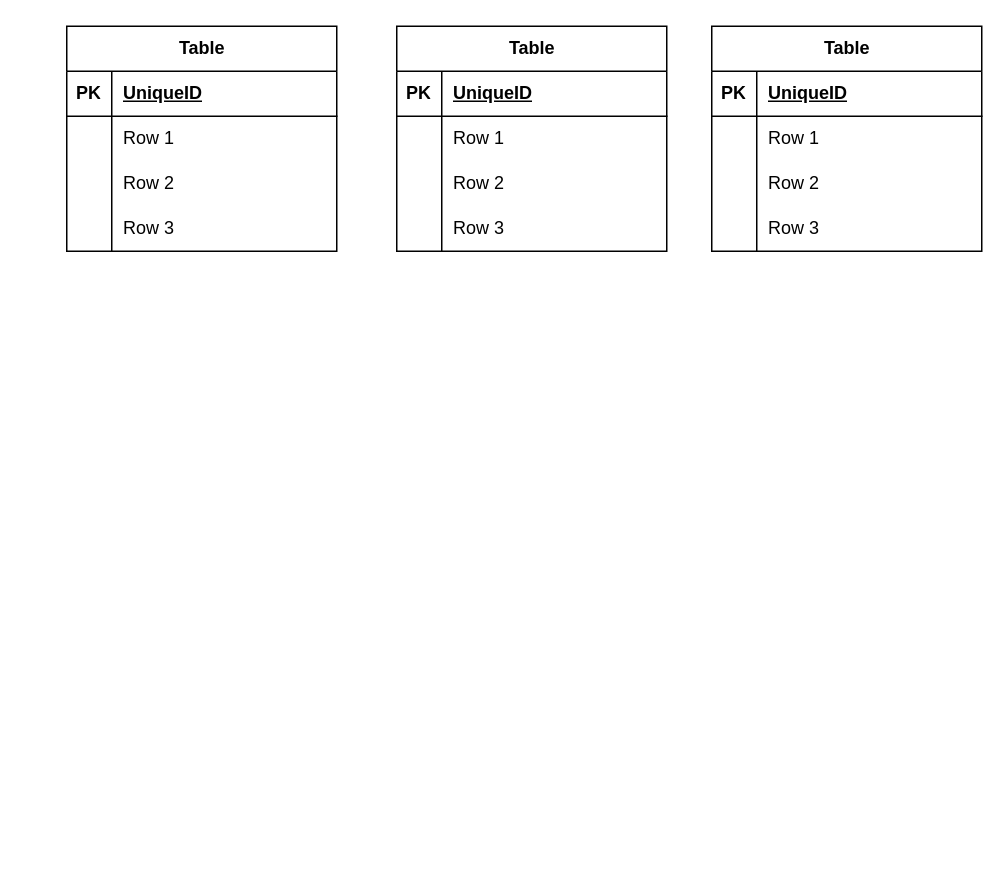
Above: workshop.drawio in JSMONTOYAS/diagramas- (draw.io), before the change. Source tidied: cells renumbered, new cells numbered last; positions are measured from the earlier drawing's top-left corner, leaving out a move shared by most shapes. Both pictures are drawn from the tidied source at 150%, with x=0, y=0 at pixel (66, 26).
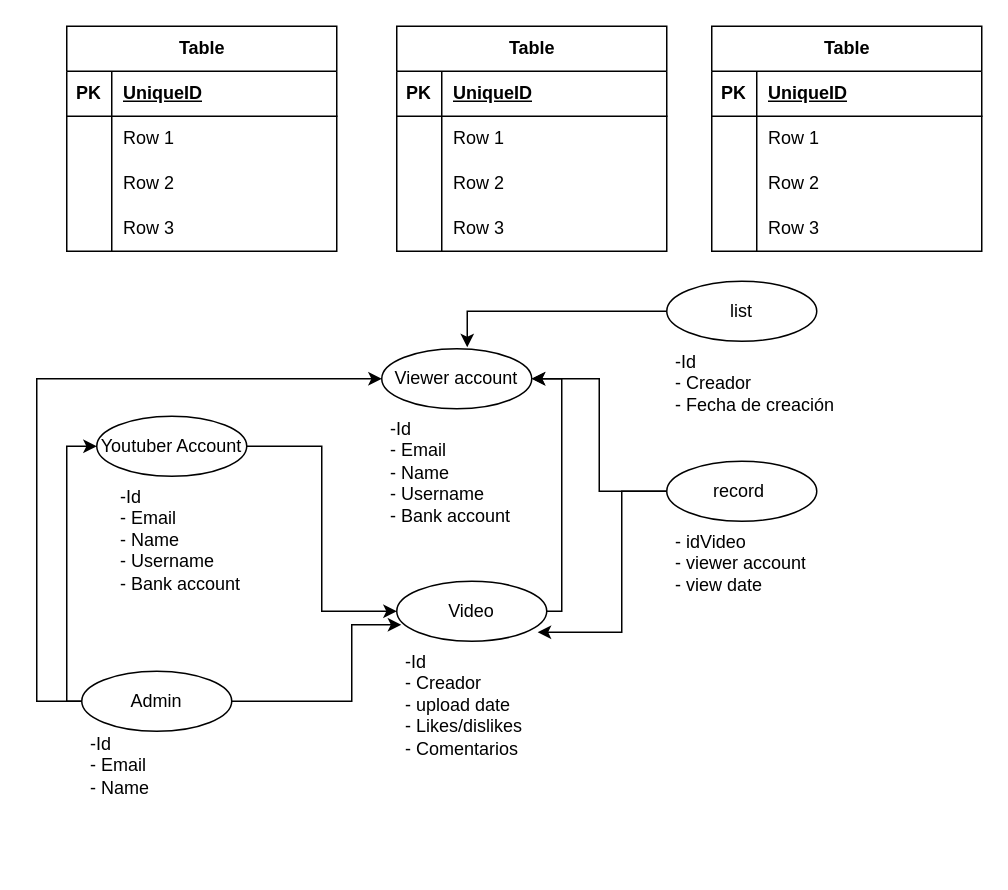
Above is the later version.

What changed in the source:
```diff
@@
+    <mxCell id="41" style="edgeStyle=orthogonalEdgeStyle;rounded=0;jettySize=auto;html=1;entryX=0;entryY=0.5;entryDx=0;entryDy=0;" parent="1" edge="1" source="42" target="52">
+      <mxGeometry relative="1" as="geometry" />
+    </mxCell>
+    <mxCell id="42" value="Youtuber Account" style="ellipse;whiteSpace=wrap;html=1;align=center;" parent="1" vertex="1">
+      <mxGeometry x="20" y="260" width="100" height="40" as="geometry" />
+    </mxCell>
+    <mxCell id="43" value="-Id&lt;br&gt;- Email&lt;br&gt;- Name&lt;br&gt;- Username&amp;nbsp;&lt;br&gt;- Bank account&amp;nbsp;" style="text;strokeColor=none;fillColor=none;spacingLeft=4;spacingRight=4;overflow=hidden;fontSize=12;whiteSpace=wrap;html=1;" parent="1" vertex="1">
+      <mxGeometry x="30" y="300" width="120" height="130" as="geometry" />
+    </mxCell>
+    <mxCell id="44" value="Viewer account" style="ellipse;whiteSpace=wrap;html=1;align=center;" parent="1" vertex="1">
+      <mxGeometry x="210" y="215" width="100" height="40" as="geometry" />
+    </mxCell>
+    <mxCell id="45" value="-Id&lt;br&gt;- Email&lt;br&gt;- Name&lt;br&gt;- Username&amp;nbsp;&lt;br&gt;- Bank account&amp;nbsp;" style="text;strokeColor=none;fillColor=none;spacingLeft=4;spacingRight=4;overflow=hidden;fontSize=12;whiteSpace=wrap;html=1;" parent="1" vertex="1">
+      <mxGeometry x="210" y="255" width="120" height="90" as="geometry" />
+    </mxCell>
+    <mxCell id="46" style="edgeStyle=orthogonalEdgeStyle;rounded=0;jettySize=auto;html=1;entryX=0.03;entryY=0.725;entryDx=0;entryDy=0;entryPerimeter=0;" parent="1" edge="1" source="49" target="52">
+      <mxGeometry relative="1" as="geometry">
+        <Array as="points">
+          <mxPoint x="190" y="450" />
+          <mxPoint x="190" y="399" />
+        </Array>
+      </mxGeometry>
+    </mxCell>
+    <mxCell id="47" style="edgeStyle=orthogonalEdgeStyle;rounded=0;jettySize=auto;html=1;entryX=0;entryY=0.5;entryDx=0;entryDy=0;" parent="1" edge="1" source="49" target="42">
+      <mxGeometry relative="1" as="geometry">
+        <Array as="points">
+          <mxPoint y="450" />
+          <mxPoint y="280" />
+        </Array>
+      </mxGeometry>
+    </mxCell>
+    <mxCell id="48" style="edgeStyle=orthogonalEdgeStyle;rounded=0;jettySize=auto;html=1;entryX=0;entryY=0.5;entryDx=0;entryDy=0;" parent="1" edge="1" source="49" target="44">
+      <mxGeometry relative="1" as="geometry">
+        <Array as="points">
+          <mxPoint x="-20" y="450" />
+          <mxPoint x="-20" y="235" />
+        </Array>
+      </mxGeometry>
+    </mxCell>
+    <mxCell id="49" value="Admin" style="ellipse;whiteSpace=wrap;html=1;align=center;" parent="1" vertex="1">
+      <mxGeometry x="10" y="430" width="100" height="40" as="geometry" />
+    </mxCell>
+    <mxCell id="50" value="-Id&lt;br&gt;- Email&lt;br&gt;- Name" style="text;strokeColor=none;fillColor=none;spacingLeft=4;spacingRight=4;overflow=hidden;fontSize=12;whiteSpace=wrap;html=1;" parent="1" vertex="1">
+      <mxGeometry x="10" y="465" width="120" height="90" as="geometry" />
+    </mxCell>
+    <mxCell id="51" style="edgeStyle=orthogonalEdgeStyle;rounded=0;jettySize=auto;html=1;entryX=1;entryY=0.5;entryDx=0;entryDy=0;" parent="1" edge="1" source="52" target="44">
+      <mxGeometry relative="1" as="geometry">
+        <Array as="points">
+          <mxPoint x="330" y="390" />
+          <mxPoint x="330" y="235" />
+        </Array>
+      </mxGeometry>
+    </mxCell>
+    <mxCell id="52" value="Video" style="ellipse;whiteSpace=wrap;html=1;align=center;" parent="1" vertex="1">
+      <mxGeometry x="220" y="370" width="100" height="40" as="geometry" />
+    </mxCell>
+    <mxCell id="53" value="-Id&lt;br&gt;- Creador&amp;nbsp;&lt;br&gt;- upload date&lt;div&gt;- Likes/dislikes&lt;/div&gt;&lt;div&gt;- Comentarios&lt;/div&gt;" style="text;strokeColor=none;fillColor=none;spacingLeft=4;spacingRight=4;overflow=hidden;points=[[0,0.5],[1,0.5]];portConstraint=eastwest;fontSize=12;whiteSpace=wrap;html=1;" parent="1" vertex="1">
+      <mxGeometry x="220" y="410" width="120" height="90" as="geometry" />
+    </mxCell>
+    <mxCell id="54" value="list" style="ellipse;whiteSpace=wrap;html=1;align=center;" parent="1" vertex="1">
+      <mxGeometry x="400" y="170" width="100" height="40" as="geometry" />
+    </mxCell>
+    <mxCell id="55" value="-Id&lt;br&gt;- Creador&amp;nbsp;&lt;br&gt;- Fecha de creación" style="text;strokeColor=none;fillColor=none;spacingLeft=4;spacingRight=4;overflow=hidden;fontSize=12;whiteSpace=wrap;html=1;" parent="1" vertex="1">
+      <mxGeometry x="400" y="210" width="120" height="90" as="geometry" />
+    </mxCell>
+    <mxCell id="56" style="edgeStyle=orthogonalEdgeStyle;rounded=0;jettySize=auto;html=1;entryX=0.57;entryY=-0.025;entryDx=0;entryDy=0;entryPerimeter=0;" parent="1" edge="1" source="54" target="44">
+      <mxGeometry relative="1" as="geometry" />
+    </mxCell>
+    <mxCell id="57" value="- idVideo&lt;div&gt;- viewer account&lt;/div&gt;&lt;div&gt;- view date&lt;/div&gt;" style="text;strokeColor=none;fillColor=none;spacingLeft=4;spacingRight=4;overflow=hidden;fontSize=12;whiteSpace=wrap;html=1;" parent="1" vertex="1">
+      <mxGeometry x="400" y="330" width="120" height="90" as="geometry" />
+    </mxCell>
+    <mxCell id="58" style="edgeStyle=orthogonalEdgeStyle;rounded=0;jettySize=auto;html=1;entryX=1;entryY=0.5;entryDx=0;entryDy=0;" parent="1" edge="1" source="59" target="44">
+      <mxGeometry relative="1" as="geometry" />
+    </mxCell>
+    <mxCell id="59" value="record&amp;nbsp;" style="ellipse;whiteSpace=wrap;html=1;align=center;" parent="1" vertex="1">
+      <mxGeometry x="400" y="290" width="100" height="40" as="geometry" />
+    </mxCell>
+    <mxCell id="60" style="edgeStyle=orthogonalEdgeStyle;rounded=0;jettySize=auto;html=1;entryX=0.783;entryY=-0.067;entryDx=0;entryDy=0;entryPerimeter=0;exitX=0;exitY=0.5;exitDx=0;exitDy=0;" parent="1" edge="1" source="59" target="53">
+      <mxGeometry relative="1" as="geometry" />
+    </mxCell>
```
